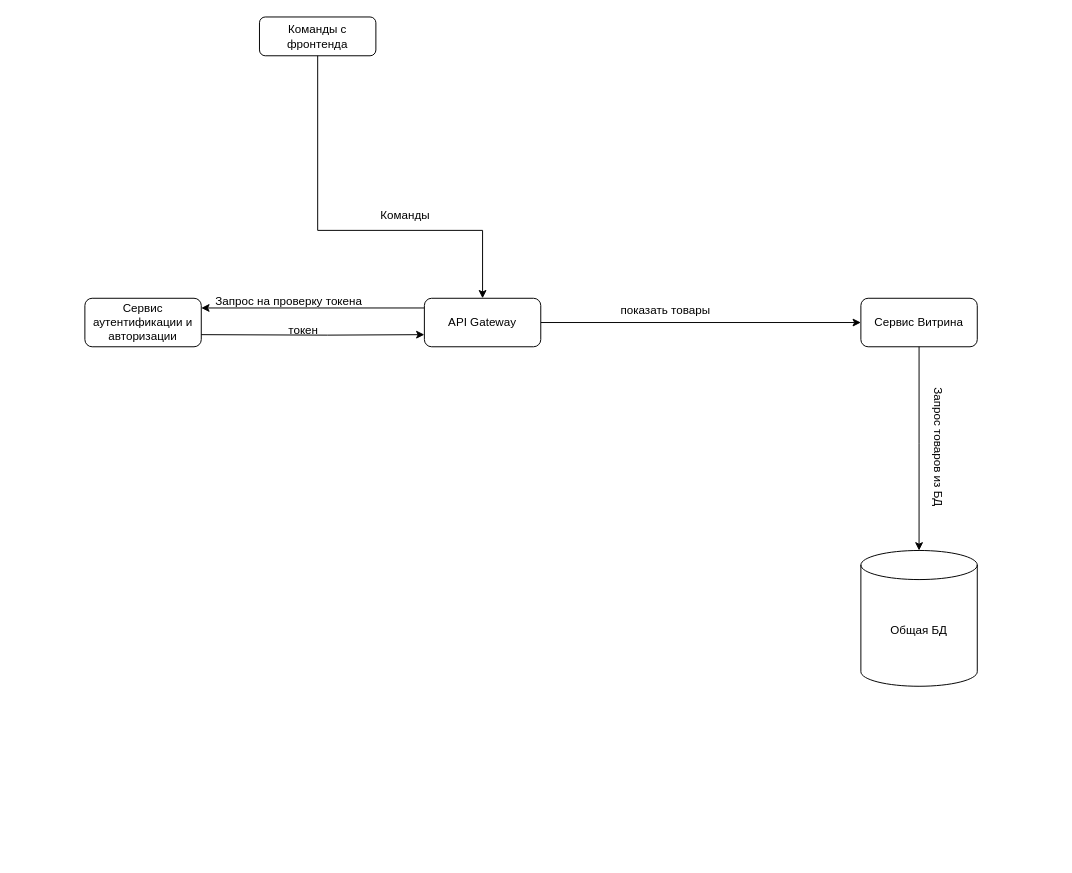
Before: Homework1/Схема взаимодействия сервисов.drawio in flash1250/Otus, a draw.io diagram. Source tidied: cells renumbered, new cells numbered last; positions are measured from the earlier drawing's top-left corner, leaving out a move shared by most shapes. Both pictures are drawn from the tidied source at 97%, with x=0, y=0 at pixel (84, 16).
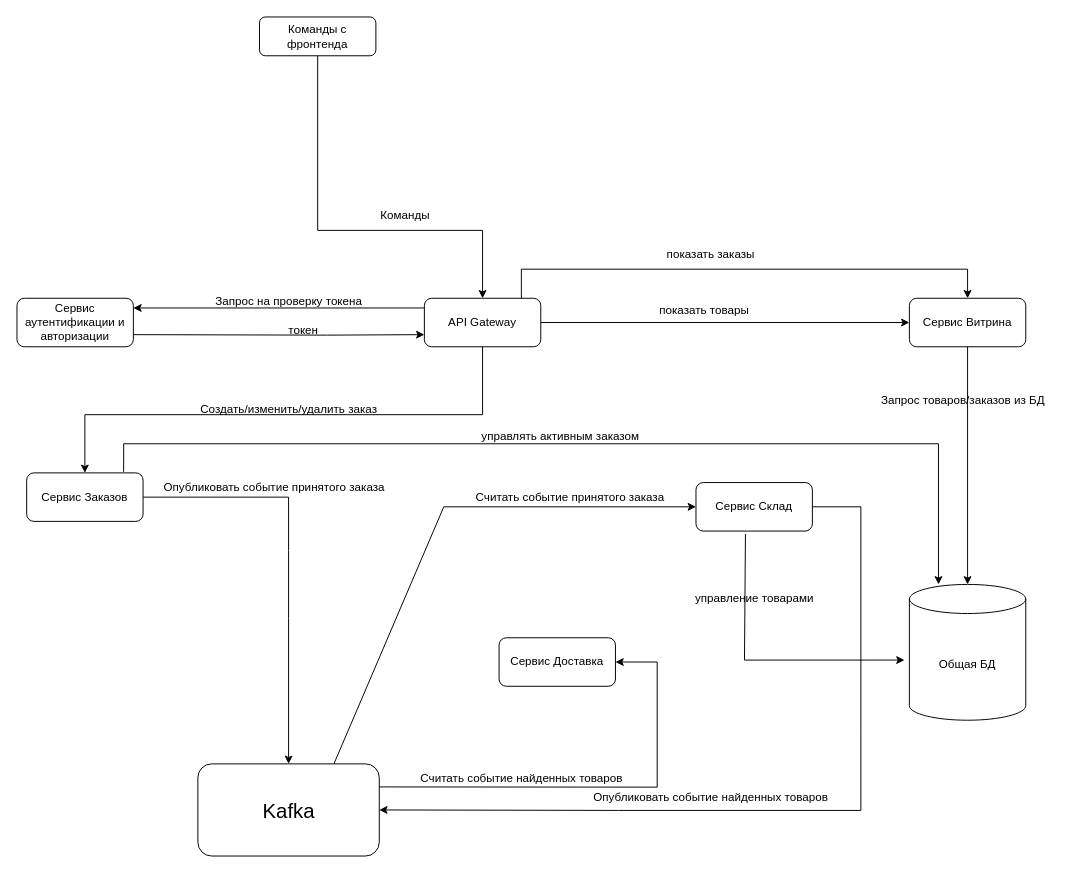
The same diagram, later.

Unchanged cells that the change refers to:
```xml
<mxCell id="4" value="API Gateway" style="rounded=1;whiteSpace=wrap;html=1;fontSize=12;glass=0;strokeWidth=1;shadow=0;" parent="1" vertex="1">
  <mxGeometry x="350" y="290" width="120" height="50" as="geometry" />
</mxCell>
```

Diff of the diagram source:
```diff
@@
     <mxCell id="8" value="Сервис аутентификации и авторизации" style="rounded=1;whiteSpace=wrap;html=1;fontSize=12;glass=0;strokeWidth=1;shadow=0;" parent="1" vertex="1">
-      <mxGeometry y="290" width="120" height="50" as="geometry" />
+      <mxGeometry x="-70" y="290" width="120" height="50" as="geometry" />
     </mxCell>
@@
     <mxCell id="12" value="Сервис Витрина" style="rounded=1;whiteSpace=wrap;html=1;fontSize=12;glass=0;strokeWidth=1;shadow=0;" parent="1" vertex="1">
-      <mxGeometry x="800" y="290" width="120" height="50" as="geometry" />
+      <mxGeometry x="850" y="290" width="120" height="50" as="geometry" />
     </mxCell>
     <mxCell id="13" value="показать товары&amp;nbsp;" style="text;html=1;align=center;verticalAlign=middle;strokeColor=none;fillColor=none;" parent="1" vertex="1">
-      <mxGeometry x="540" y="288" width="120" height="30" as="geometry" />
+      <mxGeometry x="580" y="288" width="120" height="30" as="geometry" />
     </mxCell>
     <mxCell id="14" style="edgeStyle=none;jettySize=auto;html=1;rounded=0;exitX=0.5;exitY=1;exitDx=0;exitDy=0;entryX=0.5;entryY=0;entryDx=0;entryDy=0;entryPerimeter=0;" parent="1" edge="1" source="12" target="15">
-      <mxGeometry relative="1" as="geometry">
-        <Array as="points">
-          <mxPoint x="860" y="440" />
-        </Array>
-      </mxGeometry>
+      <mxGeometry relative="1" as="geometry" />
     </mxCell>
     <mxCell id="15" value="Общая БД" style="shape=cylinder3;whiteSpace=wrap;html=1;boundedLbl=1;backgroundOutline=1;size=15;" parent="1" vertex="1">
-      <mxGeometry x="800" y="550" width="120" height="140" as="geometry" />
+      <mxGeometry x="850" y="585" width="120" height="140" as="geometry" />
     </mxCell>
-    <mxCell id="16" value="Запрос товаров из БД" style="text;html=1;align=center;verticalAlign=middle;strokeColor=none;fillColor=none;rotation=90;" parent="1" vertex="1">
-      <mxGeometry x="805" y="428" width="150" height="30" as="geometry" />
+    <mxCell id="16" value="Запрос товаров/заказов из БД" style="text;html=1;align=center;verticalAlign=middle;strokeColor=none;fillColor=none;rotation=0;" parent="1" vertex="1">
+      <mxGeometry x="810" y="380" width="190" height="30" as="geometry" />
     </mxCell>
+    <mxCell id="17" value="Сервис Заказов" style="rounded=1;whiteSpace=wrap;html=1;fontSize=12;glass=0;strokeWidth=1;shadow=0;" parent="1" vertex="1">
+      <mxGeometry x="-60" y="470" width="120" height="50" as="geometry" />
+    </mxCell>
+    <mxCell id="18" style="endArrow=classic;html=1;rounded=0;entryX=0.5;entryY=0;entryDx=0;entryDy=0;exitX=0.5;exitY=1;exitDx=0;exitDy=0;" parent="1" edge="1" source="4" target="17">
+      <mxGeometry relative="1" as="geometry">
+        <Array as="points">
+          <mxPoint x="410" y="410" />
+          <mxPoint x="160" y="410" />
+          <mxPoint y="410" />
+        </Array>
+      </mxGeometry>
+    </mxCell>
+    <mxCell id="19" value="Создать/изменить/удалить заказ" style="text;html=1;align=center;verticalAlign=middle;strokeColor=none;fillColor=none;" parent="1" vertex="1">
+      <mxGeometry x="105" y="390" width="210" height="30" as="geometry" />
+    </mxCell>
+    <mxCell id="20" value="&lt;font style=&quot;font-size: 21px;&quot;&gt;Kafka&lt;/font&gt;" style="rounded=1;whiteSpace=wrap;html=1;fontSize=12;glass=0;strokeWidth=1;shadow=0;" parent="1" vertex="1">
+      <mxGeometry x="116.5" y="770" width="187" height="95" as="geometry" />
+    </mxCell>
+    <mxCell id="21" style="endArrow=classic;html=1;rounded=0;exitX=1;exitY=0.5;exitDx=0;exitDy=0;" parent="1" edge="1" source="17" target="20">
+      <mxGeometry relative="1" as="geometry">
+        <Array as="points">
+          <mxPoint x="210" y="495" />
+          <mxPoint x="210" y="550" />
+          <mxPoint x="210" y="620" />
+        </Array>
+      </mxGeometry>
+    </mxCell>
+    <mxCell id="22" value="Опубликовать событие принятого заказа" style="text;html=1;align=center;verticalAlign=middle;strokeColor=none;fillColor=none;" parent="1" vertex="1">
+      <mxGeometry x="70" y="470" width="250" height="30" as="geometry" />
+    </mxCell>
+    <mxCell id="23" value="Сервис Склад" style="rounded=1;whiteSpace=wrap;html=1;fontSize=12;glass=0;strokeWidth=1;shadow=0;" parent="1" vertex="1">
+      <mxGeometry x="630" y="480" width="120" height="50" as="geometry" />
+    </mxCell>
+    <mxCell id="24" style="endArrow=classic;html=1;rounded=0;entryX=0;entryY=0.5;entryDx=0;entryDy=0;exitX=0.75;exitY=0;exitDx=0;exitDy=0;" parent="1" edge="1" source="20" target="23">
+      <mxGeometry relative="1" as="geometry">
+        <Array as="points">
+          <mxPoint x="370" y="505" />
+        </Array>
+      </mxGeometry>
+    </mxCell>
+    <mxCell id="25" value="Считать событие принятого заказа" style="text;html=1;align=center;verticalAlign=middle;strokeColor=none;fillColor=none;" parent="1" vertex="1">
+      <mxGeometry x="390" y="480" width="220" height="30" as="geometry" />
+    </mxCell>
+    <mxCell id="26" style="endArrow=classic;html=1;rounded=0;entryX=-0.042;entryY=0.557;entryDx=0;entryDy=0;entryPerimeter=0;exitX=0.425;exitY=1.06;exitDx=0;exitDy=0;exitPerimeter=0;" parent="1" edge="1" source="23" target="15">
+      <mxGeometry relative="1" as="geometry">
+        <Array as="points">
+          <mxPoint x="680" y="663" />
+        </Array>
+      </mxGeometry>
+    </mxCell>
+    <mxCell id="27" value="управление товарами" style="text;html=1;align=center;verticalAlign=middle;strokeColor=none;fillColor=none;" parent="1" vertex="1">
+      <mxGeometry x="615" y="585" width="150" height="30" as="geometry" />
+    </mxCell>
+    <mxCell id="28" style="endArrow=classic;html=1;rounded=0;entryX=1;entryY=0.5;entryDx=0;entryDy=0;exitX=1;exitY=0.5;exitDx=0;exitDy=0;" parent="1" edge="1" source="23" target="20">
+      <mxGeometry relative="1" as="geometry">
+        <Array as="points">
+          <mxPoint x="800" y="505" />
+          <mxPoint x="800" y="740" />
+          <mxPoint x="800" y="818" />
+          <mxPoint x="550" y="818" />
+        </Array>
+      </mxGeometry>
+    </mxCell>
+    <mxCell id="29" value="Опубликовать событие найденных товаров" style="text;html=1;align=center;verticalAlign=middle;strokeColor=none;fillColor=none;" parent="1" vertex="1">
+      <mxGeometry x="510" y="790" width="270" height="30" as="geometry" />
+    </mxCell>
+    <mxCell id="30" style="endArrow=classic;html=1;rounded=0;exitX=0.833;exitY=-0.02;exitDx=0;exitDy=0;exitPerimeter=0;entryX=0.25;entryY=0;entryDx=0;entryDy=0;entryPerimeter=0;" parent="1" edge="1" source="17" target="15">
+      <mxGeometry relative="1" as="geometry">
+        <Array as="points">
+          <mxPoint x="40" y="440" />
+          <mxPoint x="260" y="440" />
+          <mxPoint x="880" y="440" />
+        </Array>
+      </mxGeometry>
+    </mxCell>
+    <mxCell id="31" value="управлять активным заказом" style="text;html=1;align=center;verticalAlign=middle;strokeColor=none;fillColor=none;" parent="1" vertex="1">
+      <mxGeometry x="395" y="418" width="190" height="30" as="geometry" />
+    </mxCell>
+    <mxCell id="32" style="edgeStyle=orthogonalEdgeStyle;rounded=0;jettySize=auto;html=1;entryX=0.5;entryY=0;entryDx=0;entryDy=0;" parent="1" edge="1" source="4" target="12">
+      <mxGeometry relative="1" as="geometry">
+        <Array as="points">
+          <mxPoint x="450" y="260" />
+          <mxPoint x="910" y="260" />
+        </Array>
+      </mxGeometry>
+    </mxCell>
+    <mxCell id="33" value="показать заказы" style="text;html=1;align=center;verticalAlign=middle;strokeColor=none;fillColor=none;" parent="1" vertex="1">
+      <mxGeometry x="590" y="230" width="110" height="30" as="geometry" />
+    </mxCell>
+    <mxCell id="34" value="Сервис Доставка" style="rounded=1;whiteSpace=wrap;html=1;fontSize=12;glass=0;strokeWidth=1;shadow=0;" parent="1" vertex="1">
+      <mxGeometry x="427" y="640" width="120" height="50" as="geometry" />
+    </mxCell>
+    <mxCell id="35" style="endArrow=classic;html=1;rounded=0;exitX=1;exitY=0.25;exitDx=0;exitDy=0;entryX=1;entryY=0.5;entryDx=0;entryDy=0;" parent="1" edge="1" source="20" target="34">
+      <mxGeometry relative="1" as="geometry">
+        <Array as="points">
+          <mxPoint x="590" y="794" />
+          <mxPoint x="590" y="665" />
+        </Array>
+      </mxGeometry>
+    </mxCell>
+    <mxCell id="36" value="Считать событие найденных товаров" style="text;html=1;align=center;verticalAlign=middle;strokeColor=none;fillColor=none;" parent="1" vertex="1">
+      <mxGeometry x="335" y="770" width="230" height="30" as="geometry" />
+    </mxCell>
```
